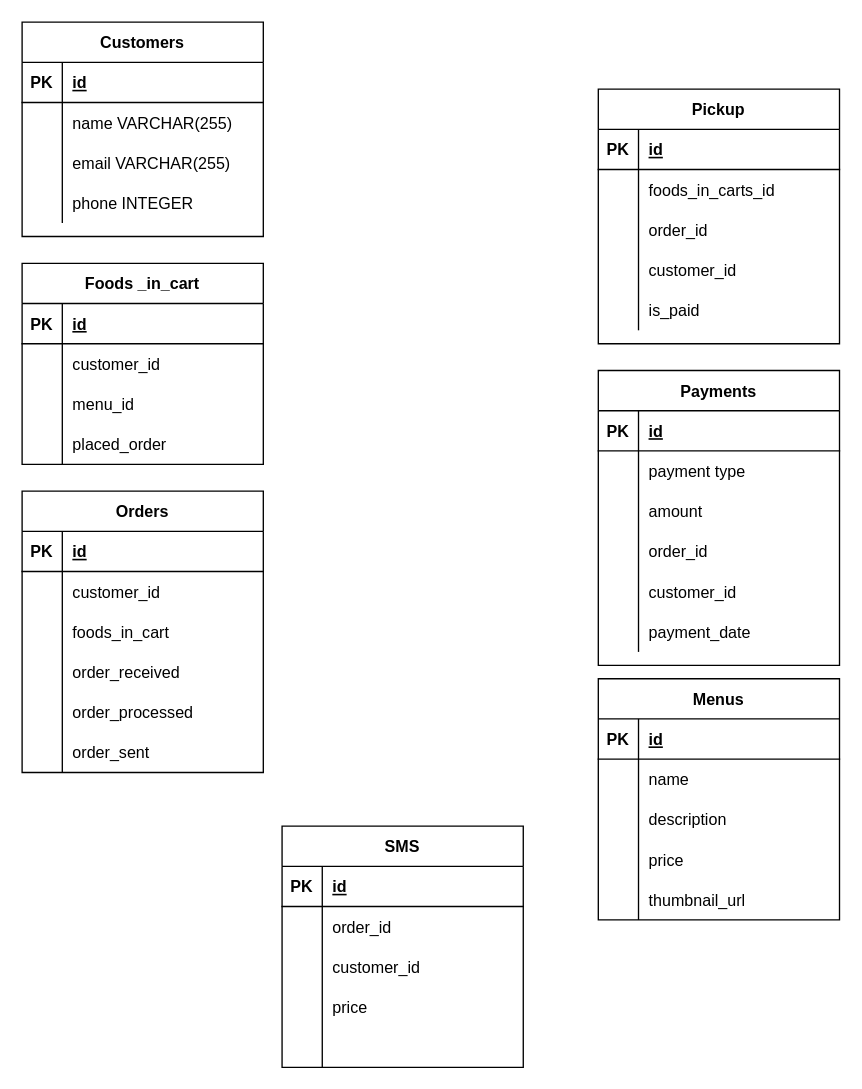
Earlier version of the draw.io diagram Untitled Diagram.drawio (astarinamaulida/cravings). Source tidied: cells renumbered, new cells numbered last; positions are measured from the earlier drawing's top-left corner, leaving out a move shared by most shapes. Both pictures are drawn from the tidied source at 134%, with x=0, y=0 at pixel (21, 21).
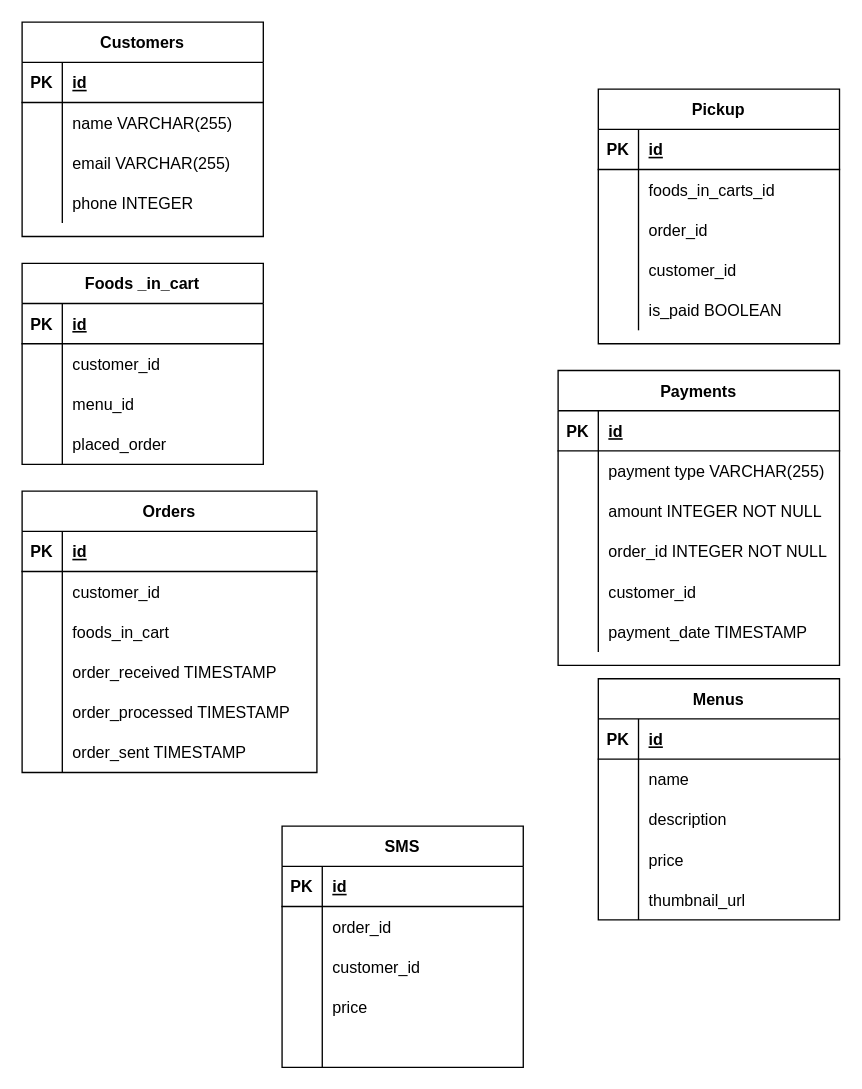
The same diagram, later.

The change refers to these unchanged cells:
```xml
<mxCell id="82" style="shape=partialRectangle;fillColor=none;top=0;left=0;bottom=0;right=0;" parent="69" vertex="1">
  <mxGeometry y="150" width="180" height="30" as="geometry" />
</mxCell>
```

The edit, as a diff of the source:
```diff
@@
     <mxCell id="2" value="Payments" style="shape=table;startSize=30;childLayout=tableLayout;rowLines=0;fontStyle=1;align=center;" parent="1" vertex="1">
-      <mxGeometry x="430" y="260" width="180" height="220" as="geometry" />
+      <mxGeometry x="400" y="260" width="210" height="220" as="geometry" />
     </mxCell>
     <mxCell id="3" style="shape=partialRectangle;fillColor=none;top=0;left=0;bottom=1;right=0;" parent="2" vertex="1">
-      <mxGeometry y="30" width="180" height="30" as="geometry" />
+      <mxGeometry y="30" width="210" height="30" as="geometry" />
     </mxCell>
@@
     <mxCell id="5" value="id" style="shape=partialRectangle;fillColor=none;top=0;left=0;bottom=0;right=0;align=left;spacingLeft=6;fontStyle=5;overflow=hidden;" parent="3" vertex="1">
-      <mxGeometry x="30" width="150" height="30" as="geometry" />
+      <mxGeometry x="30" width="180" height="30" as="geometry" />
     </mxCell>
     <mxCell id="6" style="shape=partialRectangle;fillColor=none;top=0;left=0;bottom=0;right=0;" parent="2" vertex="1">
-      <mxGeometry y="60" width="180" height="30" as="geometry" />
+      <mxGeometry y="60" width="210" height="30" as="geometry" />
     </mxCell>
@@
-    <mxCell id="8" value="payment type" style="shape=partialRectangle;fillColor=none;top=0;left=0;bottom=0;right=0;align=left;spacingLeft=6;overflow=hidden;" parent="6" vertex="1">
-      <mxGeometry x="30" width="150" height="30" as="geometry" />
+    <mxCell id="8" value="payment type VARCHAR(255)" style="shape=partialRectangle;fillColor=none;top=0;left=0;bottom=0;right=0;align=left;spacingLeft=6;overflow=hidden;" parent="6" vertex="1">
+      <mxGeometry x="30" width="180" height="30" as="geometry" />
     </mxCell>
     <mxCell id="9" style="shape=partialRectangle;fillColor=none;top=0;left=0;bottom=0;right=0;" parent="2" vertex="1">
-      <mxGeometry y="90" width="180" height="30" as="geometry" />
+      <mxGeometry y="90" width="210" height="30" as="geometry" />
     </mxCell>
@@
-    <mxCell id="11" value="amount" style="shape=partialRectangle;fillColor=none;top=0;left=0;bottom=0;right=0;align=left;spacingLeft=6;overflow=hidden;" parent="9" vertex="1">
-      <mxGeometry x="30" width="150" height="30" as="geometry" />
+    <mxCell id="11" value="amount INTEGER NOT NULL" style="shape=partialRectangle;fillColor=none;top=0;left=0;bottom=0;right=0;align=left;spacingLeft=6;overflow=hidden;" parent="9" vertex="1">
+      <mxGeometry x="30" width="180" height="30" as="geometry" />
     </mxCell>
     <mxCell id="12" style="shape=partialRectangle;fillColor=none;top=0;left=0;bottom=0;right=0;" parent="2" vertex="1">
-      <mxGeometry y="120" width="180" height="30" as="geometry" />
+      <mxGeometry y="120" width="210" height="30" as="geometry" />
     </mxCell>
@@
-    <mxCell id="14" value="order_id" style="shape=partialRectangle;fillColor=none;top=0;left=0;bottom=0;right=0;align=left;spacingLeft=6;overflow=hidden;" parent="12" vertex="1">
-      <mxGeometry x="30" width="150" height="30" as="geometry" />
+    <mxCell id="14" value="order_id INTEGER NOT NULL" style="shape=partialRectangle;fillColor=none;top=0;left=0;bottom=0;right=0;align=left;spacingLeft=6;overflow=hidden;" parent="12" vertex="1">
+      <mxGeometry x="30" width="180" height="30" as="geometry" />
     </mxCell>
     <mxCell id="15" style="shape=partialRectangle;fillColor=none;top=0;left=0;bottom=0;right=0;" parent="2" vertex="1">
-      <mxGeometry y="150" width="180" height="30" as="geometry" />
+      <mxGeometry y="150" width="210" height="30" as="geometry" />
     </mxCell>
@@
-    <mxCell id="17" value="customer_id" style="shape=partialRectangle;fillColor=none;top=0;left=0;bottom=0;right=0;align=left;spacingLeft=6;overflow=hidden;" parent="15" vertex="1">
-      <mxGeometry x="30" width="150" height="30" as="geometry" />
+    <mxCell id="17" value="customer_id  " style="shape=partialRectangle;fillColor=none;top=0;left=0;bottom=0;right=0;align=left;spacingLeft=6;overflow=hidden;" parent="15" vertex="1">
+      <mxGeometry x="30" width="180" height="30" as="geometry" />
     </mxCell>
     <mxCell id="18" style="shape=partialRectangle;fillColor=none;top=0;left=0;bottom=0;right=0;" parent="2" vertex="1">
-      <mxGeometry y="180" width="180" height="30" as="geometry" />
+      <mxGeometry y="180" width="210" height="30" as="geometry" />
     </mxCell>
@@
-    <mxCell id="20" value="payment_date" style="shape=partialRectangle;fillColor=none;top=0;left=0;bottom=0;right=0;align=left;spacingLeft=6;overflow=hidden;" parent="18" vertex="1">
-      <mxGeometry x="30" width="150" height="30" as="geometry" />
+    <mxCell id="20" value="payment_date TIMESTAMP" style="shape=partialRectangle;fillColor=none;top=0;left=0;bottom=0;right=0;align=left;spacingLeft=6;overflow=hidden;" parent="18" vertex="1">
+      <mxGeometry x="30" width="180" height="30" as="geometry" />
     </mxCell>
@@
     <mxCell id="50" value="Orders" style="shape=table;startSize=30;childLayout=tableLayout;rowLines=0;fontStyle=1;align=center;" parent="1" vertex="1">
-      <mxGeometry y="350" width="180" height="210" as="geometry" />
+      <mxGeometry y="350" width="220" height="210" as="geometry" />
     </mxCell>
     <mxCell id="51" style="shape=partialRectangle;fillColor=none;top=0;left=0;bottom=1;right=0;" parent="50" vertex="1">
-      <mxGeometry y="30" width="180" height="30" as="geometry" />
+      <mxGeometry y="30" width="220" height="30" as="geometry" />
     </mxCell>
@@
     <mxCell id="53" value="id" style="shape=partialRectangle;fillColor=none;top=0;left=0;bottom=0;right=0;align=left;spacingLeft=6;fontStyle=5;overflow=hidden;" parent="51" vertex="1">
-      <mxGeometry x="30" width="150" height="30" as="geometry" />
+      <mxGeometry x="30" width="190" height="30" as="geometry" />
     </mxCell>
     <mxCell id="54" style="shape=partialRectangle;fillColor=none;top=0;left=0;bottom=0;right=0;" parent="50" vertex="1">
-      <mxGeometry y="60" width="180" height="30" as="geometry" />
+      <mxGeometry y="60" width="220" height="30" as="geometry" />
     </mxCell>
@@
     <mxCell id="56" value="customer_id" style="shape=partialRectangle;fillColor=none;top=0;left=0;bottom=0;right=0;align=left;spacingLeft=6;overflow=hidden;" parent="54" vertex="1">
-      <mxGeometry x="30" width="150" height="30" as="geometry" />
+      <mxGeometry x="30" width="190" height="30" as="geometry" />
     </mxCell>
     <mxCell id="57" style="shape=partialRectangle;fillColor=none;top=0;left=0;bottom=0;right=0;" parent="50" vertex="1">
-      <mxGeometry y="90" width="180" height="30" as="geometry" />
+      <mxGeometry y="90" width="220" height="30" as="geometry" />
     </mxCell>
@@
-    <mxCell id="59" value="foods_in_cart" style="shape=partialRectangle;fillColor=none;top=0;left=0;bottom=0;right=0;align=left;spacingLeft=6;overflow=hidden;" parent="57" vertex="1">
-      <mxGeometry x="30" width="150" height="30" as="geometry" />
+    <mxCell id="59" value="foods_in_cart " style="shape=partialRectangle;fillColor=none;top=0;left=0;bottom=0;right=0;align=left;spacingLeft=6;overflow=hidden;" parent="57" vertex="1">
+      <mxGeometry x="30" width="190" height="30" as="geometry" />
     </mxCell>
     <mxCell id="60" style="shape=partialRectangle;fillColor=none;top=0;left=0;bottom=0;right=0;" parent="50" vertex="1">
-      <mxGeometry y="120" width="180" height="30" as="geometry" />
+      <mxGeometry y="120" width="220" height="30" as="geometry" />
     </mxCell>
@@
-    <mxCell id="62" value="order_received" style="shape=partialRectangle;fillColor=none;top=0;left=0;bottom=0;right=0;align=left;spacingLeft=6;overflow=hidden;" parent="60" vertex="1">
-      <mxGeometry x="30" width="150" height="30" as="geometry" />
+    <mxCell id="62" value="order_received TIMESTAMP" style="shape=partialRectangle;fillColor=none;top=0;left=0;bottom=0;right=0;align=left;spacingLeft=6;overflow=hidden;" parent="60" vertex="1">
+      <mxGeometry x="30" width="190" height="30" as="geometry" />
     </mxCell>
     <mxCell id="63" style="shape=partialRectangle;fillColor=none;top=0;left=0;bottom=0;right=0;" parent="50" vertex="1">
-      <mxGeometry y="150" width="180" height="30" as="geometry" />
+      <mxGeometry y="150" width="220" height="30" as="geometry" />
     </mxCell>
@@
-    <mxCell id="65" value="order_processed" style="shape=partialRectangle;fillColor=none;top=0;left=0;bottom=0;right=0;align=left;spacingLeft=6;overflow=hidden;" parent="63" vertex="1">
-      <mxGeometry x="30" width="150" height="30" as="geometry" />
+    <mxCell id="65" value="order_processed TIMESTAMP" style="shape=partialRectangle;fillColor=none;top=0;left=0;bottom=0;right=0;align=left;spacingLeft=6;overflow=hidden;" parent="63" vertex="1">
+      <mxGeometry x="30" width="190" height="30" as="geometry" />
     </mxCell>
     <mxCell id="66" style="shape=partialRectangle;fillColor=none;top=0;left=0;bottom=0;right=0;" parent="50" vertex="1">
-      <mxGeometry y="180" width="180" height="30" as="geometry" />
+      <mxGeometry y="180" width="220" height="30" as="geometry" />
     </mxCell>
@@
-    <mxCell id="68" value="order_sent" style="shape=partialRectangle;fillColor=none;top=0;left=0;bottom=0;right=0;align=left;spacingLeft=6;overflow=hidden;" parent="66" vertex="1">
-      <mxGeometry x="30" width="150" height="30" as="geometry" />
+    <mxCell id="68" value="order_sent TIMESTAMP" style="shape=partialRectangle;fillColor=none;top=0;left=0;bottom=0;right=0;align=left;spacingLeft=6;overflow=hidden;" parent="66" vertex="1">
+      <mxGeometry x="30" width="190" height="30" as="geometry" />
     </mxCell>
@@
-    <mxCell id="84" value="is_paid" style="shape=partialRectangle;fillColor=none;top=0;left=0;bottom=0;right=0;align=left;spacingLeft=6;overflow=hidden;" parent="82" vertex="1">
+    <mxCell id="84" value="is_paid BOOLEAN" style="shape=partialRectangle;fillColor=none;top=0;left=0;bottom=0;right=0;align=left;spacingLeft=6;overflow=hidden;" parent="82" vertex="1">
       <mxGeometry x="30" width="150" height="30" as="geometry" />
     </mxCell>
```
